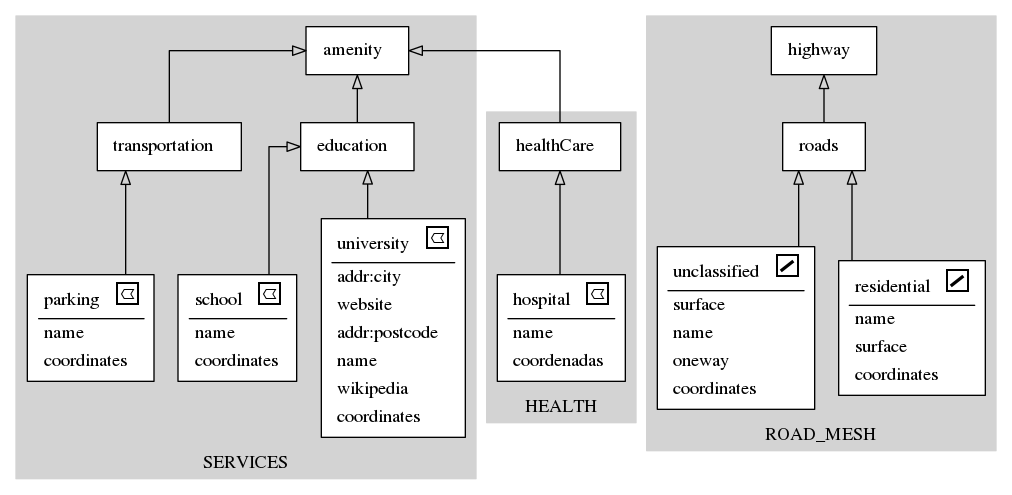
Above: schema.gv.png in vinisperandio/OSM2Diagram_optmizated (Graphviz), before the change. Its source is kept beside it as schema.gv.
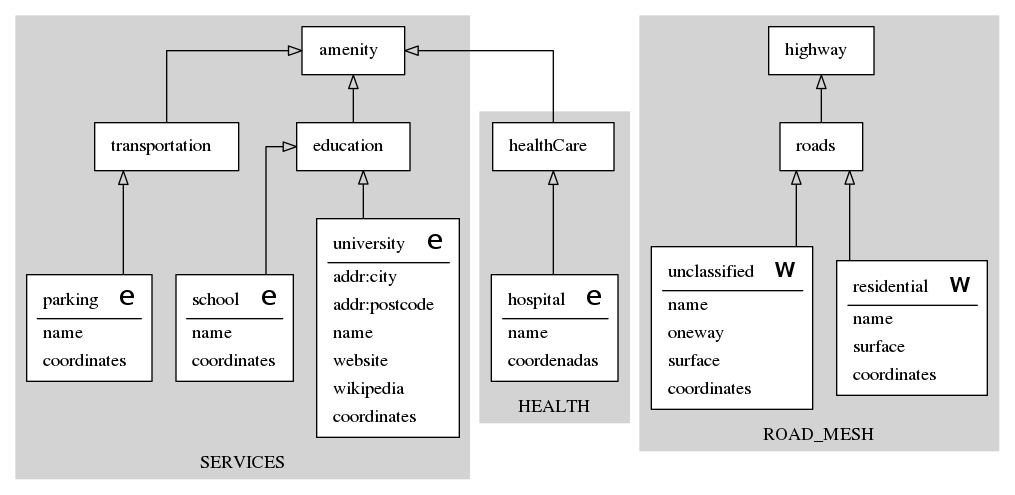
Above is the later version.

Change to the diagram source:
```diff
@@ -15,13 +15,13 @@
 				<TD align="left">addr:city</TD>
 			 </TR>
 			<TR>
-				<TD align="left">website</TD>
-			 </TR>
-			<TR>
 				<TD align="left">addr:postcode</TD>
 			 </TR>
 			<TR>
 				<TD align="left">name</TD>
+			 </TR>
+			<TR>
+				<TD align="left">website</TD>
 			 </TR>
 			<TR>
 				<TD align="left">wikipedia</TD>
@@ -137,13 +137,13 @@
 			</TR>
 			<hr/>
 			<TR>
-				<TD align="left">surface</TD>
-			 </TR>
-			<TR>
 				<TD align="left">name</TD>
 			 </TR>
 			<TR>
 				<TD align="left">oneway</TD>
+			 </TR>
+			<TR>
+				<TD align="left">surface</TD>
 			 </TR>
 			<TR>
 				<TD align="left">coordinates</TD>
@@ -156,16 +156,16 @@
 			</TR>
 			</TABLE>>]
 	}
+		0 -> 4[arrowhead=onormal]
+		2 -> 4[arrowhead=onormal]
+		3 -> 5[arrowhead=onormal]
+		4 -> 1[arrowhead=onormal]
+		5 -> 1[arrowhead=onormal]
+		6 -> 7[arrowhead=onormal]
+		7 -> 1[arrowhead=onormal]
 		8 -> 11[arrowhead=onormal]
-		0 -> 4[arrowhead=onormal]
 		10 -> 11[arrowhead=onormal]
 		11 -> 9[arrowhead=onormal]
-		4 -> 1[arrowhead=onormal]
-		7 -> 1[arrowhead=onormal]
-		5 -> 1[arrowhead=onormal]
-		6 -> 7[arrowhead=onormal]
-		3 -> 5[arrowhead=onormal]
-		2 -> 4[arrowhead=onormal]
 	rankdir=BT
 	splines=ortho
 }
```
